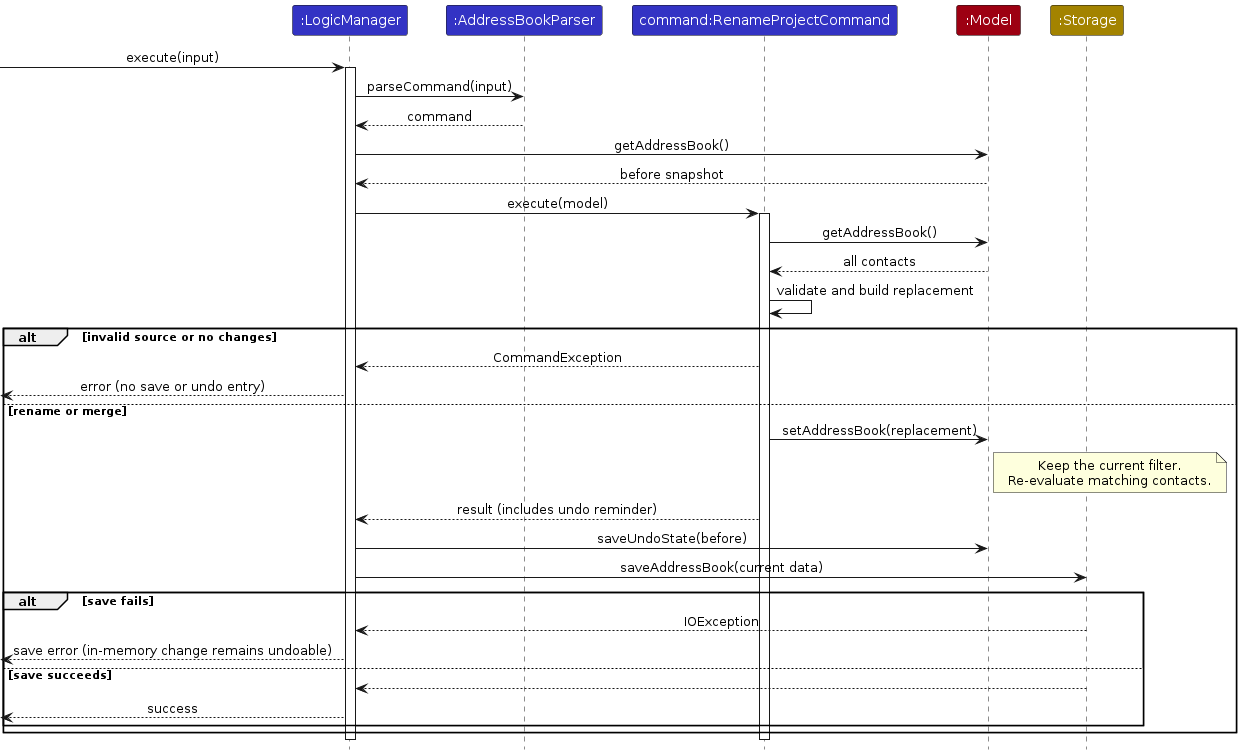
Earlier version of the PlantUML export diagrams/RenameProjectSequenceDiagram.png (AY2627S1-CS2103T-W14-2/tp). Its source is kept beside it as diagrams/RenameProjectSequenceDiagram.puml.
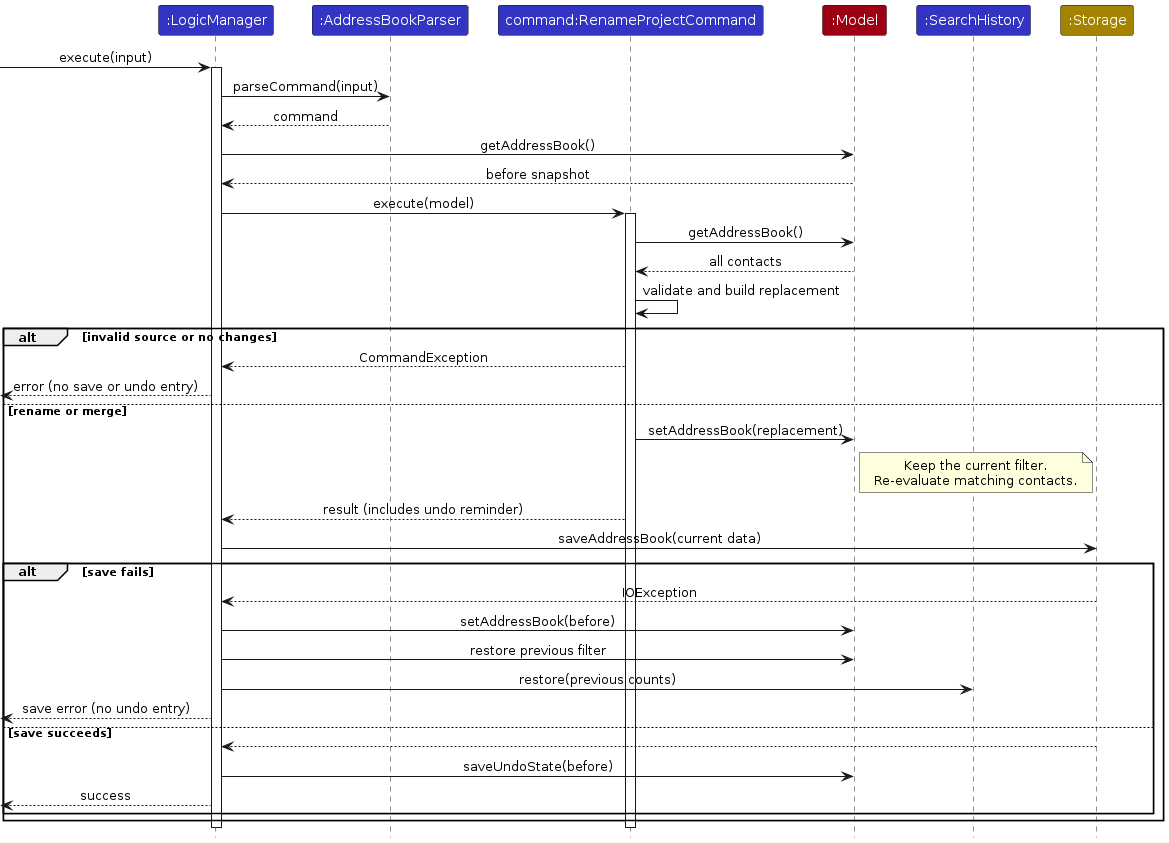
Above is the later version.

The edit, as a diff of the source:
```diff
@@ -6,6 +6,7 @@
 participant ":AddressBookParser" as Parser LOGIC_COLOR
 participant "command:RenameProjectCommand" as Command LOGIC_COLOR
 participant ":Model" as Model MODEL_COLOR
+participant ":SearchHistory" as SearchHistory LOGIC_COLOR
 participant ":Storage" as Storage STORAGE_COLOR
 
 [-> Logic : execute(input)
@@ -29,13 +30,16 @@
         Re-evaluate matching contacts.
     end note
     Command --> Logic : result (includes undo reminder)
-    Logic -> Model : saveUndoState(before)
     Logic -> Storage : saveAddressBook(current data)
     alt save fails
         Storage --> Logic : IOException
-        [<-- Logic : save error (in-memory change remains undoable)
+        Logic -> Model : setAddressBook(before)
+        Logic -> Model : restore previous filter
+        Logic -> SearchHistory : restore(previous counts)
+        [<-- Logic : save error (no undo entry)
     else save succeeds
         Storage --> Logic
+        Logic -> Model : saveUndoState(before)
         [<-- Logic : success
     end
 end
```
